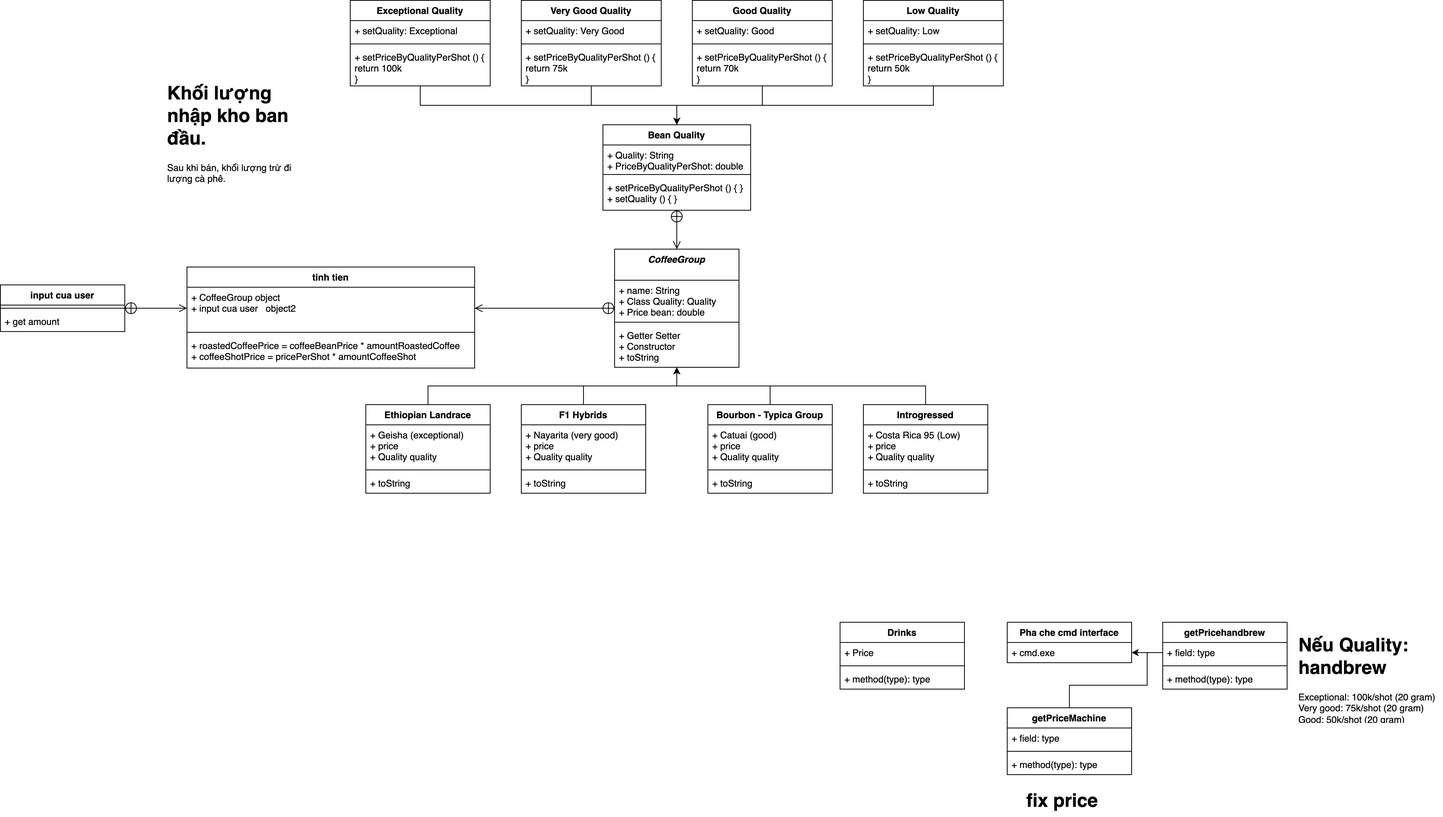
Above: CaseStudyMD2.png in minhtuan1610/MD2-Case-Study (draw.io), before the change. Source tidied: cells renumbered, new cells last; positions are measured from the earlier drawing's top-left corner, leaving out a move shared by most shapes.
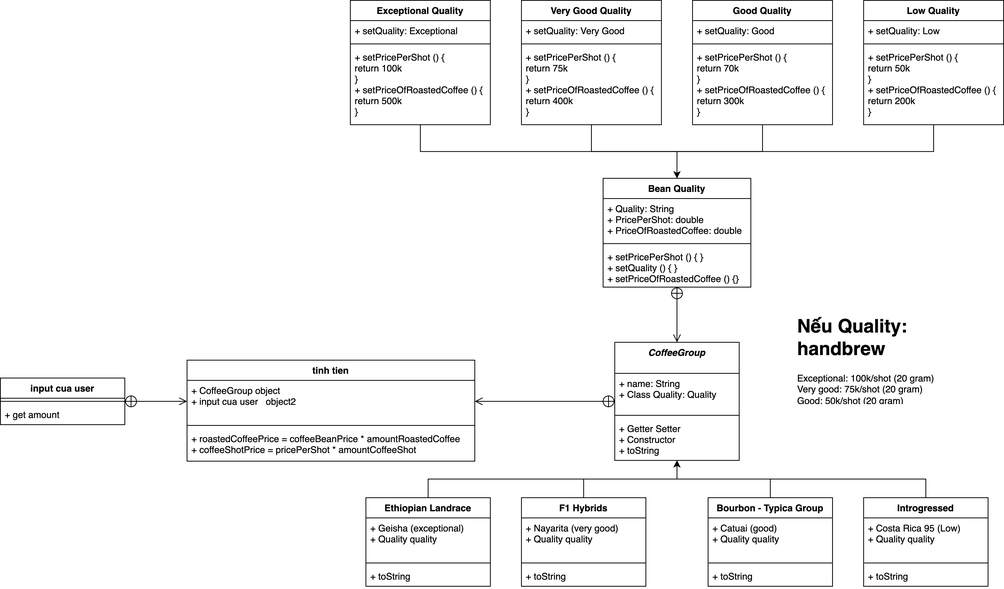
The same diagram one commit later.

Diff of the diagram source:
```diff
@@ -5,7 +5,7 @@
     <mxCell id="2" value="CoffeeGroup" style="swimlane;fontStyle=3;align=center;verticalAlign=top;horizontal=1;startSize=40;" parent="1" vertex="1">
       <mxGeometry x="790" y="320" width="160" height="152" as="geometry" />
     </mxCell>
-    <mxCell id="3" value="+ name: String&#10;+ Class Quality: Quality&#10;+ Price bean: double" style="text;strokeColor=none;fillColor=none;align=left;verticalAlign=top;spacingLeft=4;spacingRight=4;overflow=hidden;" parent="2" vertex="1">
+    <mxCell id="3" value="+ name: String&#10;+ Class Quality: Quality&#10;" style="text;strokeColor=none;fillColor=none;align=left;verticalAlign=top;spacingLeft=4;spacingRight=4;overflow=hidden;" parent="2" vertex="1">
       <mxGeometry y="40" width="160" height="50" as="geometry" />
     </mxCell>
     <mxCell id="4" style="line;strokeWidth=1;fillColor=none;align=left;verticalAlign=middle;spacingTop=-1;spacingLeft=3;spacingRight=3;labelPosition=right;" parent="2" vertex="1">
@@ -20,7 +20,7 @@
     <mxCell id="7" value="Ethiopian Landrace" style="swimlane;fontStyle=1;align=center;verticalAlign=top;horizontal=1;startSize=26;" parent="1" vertex="1">
       <mxGeometry x="470" y="520" width="160" height="114" as="geometry" />
     </mxCell>
-    <mxCell id="8" value="+ Geisha (exceptional)&#10;+ price&#10;+ Quality quality" style="text;strokeColor=none;fillColor=none;align=left;verticalAlign=top;spacingLeft=4;spacingRight=4;overflow=hidden;" parent="7" vertex="1">
+    <mxCell id="8" value="+ Geisha (exceptional)&#10;+ Quality quality" style="text;strokeColor=none;fillColor=none;align=left;verticalAlign=top;spacingLeft=4;spacingRight=4;overflow=hidden;" parent="7" vertex="1">
       <mxGeometry y="26" width="160" height="54" as="geometry" />
     </mxCell>
     <mxCell id="9" style="line;strokeWidth=1;fillColor=none;align=left;verticalAlign=middle;spacingTop=-1;spacingLeft=3;spacingRight=3;labelPosition=right;" parent="7" vertex="1">
@@ -35,7 +35,7 @@
     <mxCell id="12" value="F1 Hybrids" style="swimlane;fontStyle=1;align=center;verticalAlign=top;horizontal=1;startSize=26;" parent="1" vertex="1">
       <mxGeometry x="670" y="520" width="160" height="114" as="geometry" />
     </mxCell>
-    <mxCell id="13" value="+ Nayarita (very good)&#10;+ price&#10;+ Quality quality" style="text;strokeColor=none;fillColor=none;align=left;verticalAlign=top;spacingLeft=4;spacingRight=4;overflow=hidden;" parent="12" vertex="1">
+    <mxCell id="13" value="+ Nayarita (very good)&#10;+ Quality quality" style="text;strokeColor=none;fillColor=none;align=left;verticalAlign=top;spacingLeft=4;spacingRight=4;overflow=hidden;" parent="12" vertex="1">
       <mxGeometry y="26" width="160" height="54" as="geometry" />
     </mxCell>
     <mxCell id="14" style="line;strokeWidth=1;fillColor=none;align=left;verticalAlign=middle;spacingTop=-1;spacingLeft=3;spacingRight=3;labelPosition=right;" parent="12" vertex="1">
@@ -50,7 +50,7 @@
     <mxCell id="17" value="Bourbon - Typica Group" style="swimlane;fontStyle=1;align=center;verticalAlign=top;horizontal=1;startSize=26;" parent="1" vertex="1">
       <mxGeometry x="910" y="520" width="160" height="114" as="geometry" />
     </mxCell>
-    <mxCell id="18" value="+ Catuai (good)&#10;+ price&#10;+ Quality quality" style="text;strokeColor=none;fillColor=none;align=left;verticalAlign=top;spacingLeft=4;spacingRight=4;overflow=hidden;" parent="17" vertex="1">
+    <mxCell id="18" value="+ Catuai (good)&#10;+ Quality quality" style="text;strokeColor=none;fillColor=none;align=left;verticalAlign=top;spacingLeft=4;spacingRight=4;overflow=hidden;" parent="17" vertex="1">
       <mxGeometry y="26" width="160" height="54" as="geometry" />
     </mxCell>
     <mxCell id="19" style="line;strokeWidth=1;fillColor=none;align=left;verticalAlign=middle;spacingTop=-1;spacingLeft=3;spacingRight=3;labelPosition=right;" parent="17" vertex="1">
@@ -65,7 +65,7 @@
     <mxCell id="22" value="Introgressed" style="swimlane;fontStyle=1;align=center;verticalAlign=top;horizontal=1;startSize=26;" parent="1" vertex="1">
       <mxGeometry x="1110" y="520" width="160" height="114" as="geometry" />
     </mxCell>
-    <mxCell id="23" value="+ Costa Rica 95 (Low)&#10;+ price&#10;+ Quality quality" style="text;strokeColor=none;fillColor=none;align=left;verticalAlign=top;spacingLeft=4;spacingRight=4;overflow=hidden;" parent="22" vertex="1">
+    <mxCell id="23" value="+ Costa Rica 95 (Low)&#10;+ Quality quality" style="text;strokeColor=none;fillColor=none;align=left;verticalAlign=top;spacingLeft=4;spacingRight=4;overflow=hidden;" parent="22" vertex="1">
       <mxGeometry y="26" width="160" height="54" as="geometry" />
     </mxCell>
     <mxCell id="24" style="line;strokeWidth=1;fillColor=none;align=left;verticalAlign=middle;spacingTop=-1;spacingLeft=3;spacingRight=3;labelPosition=right;" parent="22" vertex="1">
@@ -74,83 +74,29 @@
     <mxCell id="25" value="+ toString" style="text;strokeColor=none;fillColor=none;align=left;verticalAlign=top;spacingLeft=4;spacingRight=4;overflow=hidden;" parent="22" vertex="1">
       <mxGeometry y="88" width="160" height="26" as="geometry" />
     </mxCell>
-    <mxCell id="26" value="Drinks" style="swimlane;fontStyle=1;align=center;verticalAlign=top;horizontal=1;startSize=26;" parent="1" vertex="1">
-      <mxGeometry x="1080" y="800" width="160" height="86" as="geometry" />
-    </mxCell>
-    <mxCell id="27" value="+ Price" style="text;strokeColor=none;fillColor=none;align=left;verticalAlign=top;spacingLeft=4;spacingRight=4;overflow=hidden;" parent="26" vertex="1">
-      <mxGeometry y="26" width="160" height="26" as="geometry" />
-    </mxCell>
-    <mxCell id="28" style="line;strokeWidth=1;fillColor=none;align=left;verticalAlign=middle;spacingTop=-1;spacingLeft=3;spacingRight=3;labelPosition=right;" parent="26" vertex="1">
-      <mxGeometry y="52" width="160" height="8" as="geometry" />
-    </mxCell>
-    <mxCell id="29" value="+ method(type): type" style="text;strokeColor=none;fillColor=none;align=left;verticalAlign=top;spacingLeft=4;spacingRight=4;overflow=hidden;" parent="26" vertex="1">
-      <mxGeometry y="60" width="160" height="26" as="geometry" />
-    </mxCell>
     <mxCell id="30" value="&lt;h1&gt;Nếu Quality: handbrew&lt;/h1&gt;&lt;div&gt;Exceptional: 100k/shot (20 gram)&lt;/div&gt;&lt;div&gt;Very good: 75k/shot (20 gram)&lt;/div&gt;&lt;div&gt;Good: 50k/shot (20 gram)&lt;/div&gt;" style="text;html=1;strokeColor=none;fillColor=none;spacing=5;spacingTop=-20;whiteSpace=wrap;overflow=hidden;rounded=0;" parent="1" vertex="1">
-      <mxGeometry x="1665" y="810" width="190" height="120" as="geometry" />
+      <mxGeometry x="1020" y="280" width="190" height="120" as="geometry" />
     </mxCell>
-    <mxCell id="31" value="&lt;h1&gt;Khối lượng nhập kho ban đầu.&lt;/h1&gt;&lt;div&gt;Sau khi bán, khối lượng trừ đi lượng cà phê.&lt;/div&gt;" style="text;html=1;strokeColor=none;fillColor=none;spacing=5;spacingTop=-20;whiteSpace=wrap;overflow=hidden;rounded=0;" parent="1" vertex="1">
-      <mxGeometry x="210" y="100" width="190" height="160" as="geometry" />
-    </mxCell>
-    <mxCell id="32" value="Pha che cmd interface" style="swimlane;fontStyle=1;align=center;verticalAlign=top;horizontal=1;startSize=26;" parent="1" vertex="1">
-      <mxGeometry x="1295" y="800" width="160" height="52" as="geometry" />
-    </mxCell>
-    <mxCell id="33" value="+ cmd.exe" style="text;strokeColor=none;fillColor=none;align=left;verticalAlign=top;spacingLeft=4;spacingRight=4;overflow=hidden;points=[[0,0.5],[1,0.5]];portConstraint=eastwest;" parent="32" vertex="1">
-      <mxGeometry y="26" width="160" height="26" as="geometry" />
-    </mxCell>
-    <mxCell id="34" value="getPricehandbrew" style="swimlane;fontStyle=1;align=center;verticalAlign=top;horizontal=1;startSize=26;" parent="1" vertex="1">
-      <mxGeometry x="1495" y="800" width="160" height="86" as="geometry" />
-    </mxCell>
-    <mxCell id="35" value="+ field: type" style="text;strokeColor=none;fillColor=none;align=left;verticalAlign=top;spacingLeft=4;spacingRight=4;overflow=hidden;points=[[0,0.5],[1,0.5]];portConstraint=eastwest;" parent="34" vertex="1">
-      <mxGeometry y="26" width="160" height="26" as="geometry" />
-    </mxCell>
-    <mxCell id="36" style="line;strokeWidth=1;fillColor=none;align=left;verticalAlign=middle;spacingTop=-1;spacingLeft=3;spacingRight=3;labelPosition=right;" parent="34" vertex="1">
-      <mxGeometry y="52" width="160" height="8" as="geometry" />
-    </mxCell>
-    <mxCell id="37" value="+ method(type): type" style="text;strokeColor=none;fillColor=none;align=left;verticalAlign=top;spacingLeft=4;spacingRight=4;overflow=hidden;" parent="34" vertex="1">
-      <mxGeometry y="60" width="160" height="26" as="geometry" />
-    </mxCell>
-    <mxCell id="38" style="edgeStyle=orthogonalEdgeStyle;rounded=0;jettySize=auto;html=1;" parent="1" edge="1" source="39" target="33">
-      <mxGeometry relative="1" as="geometry" />
-    </mxCell>
-    <mxCell id="39" value="getPriceMachine" style="swimlane;fontStyle=1;align=center;verticalAlign=top;horizontal=1;startSize=26;" parent="1" vertex="1">
-      <mxGeometry x="1295" y="910" width="160" height="86" as="geometry" />
-    </mxCell>
-    <mxCell id="40" value="+ field: type" style="text;strokeColor=none;fillColor=none;align=left;verticalAlign=top;spacingLeft=4;spacingRight=4;overflow=hidden;" parent="39" vertex="1">
-      <mxGeometry y="26" width="160" height="26" as="geometry" />
-    </mxCell>
-    <mxCell id="41" style="line;strokeWidth=1;fillColor=none;align=left;verticalAlign=middle;spacingTop=-1;spacingLeft=3;spacingRight=3;labelPosition=right;" parent="39" vertex="1">
-      <mxGeometry y="52" width="160" height="8" as="geometry" />
-    </mxCell>
-    <mxCell id="42" value="+ method(type): type" style="text;strokeColor=none;fillColor=none;align=left;verticalAlign=top;spacingLeft=4;spacingRight=4;overflow=hidden;" parent="39" vertex="1">
-      <mxGeometry y="60" width="160" height="26" as="geometry" />
-    </mxCell>
-    <mxCell id="43" style="edgeStyle=orthogonalEdgeStyle;rounded=0;jettySize=auto;html=1;" parent="1" edge="1" source="35" target="33">
-      <mxGeometry relative="1" as="geometry" />
-    </mxCell>
-    <mxCell id="44" value="&lt;h1&gt;fix price&lt;/h1&gt;" style="text;html=1;strokeColor=none;fillColor=none;spacing=5;spacingTop=-20;whiteSpace=wrap;overflow=hidden;rounded=0;" parent="1" vertex="1">
-      <mxGeometry x="1315" y="1010" width="190" height="40" as="geometry" />
-    </mxCell>
     <mxCell id="45" style="endArrow=open;startArrow=circlePlus;endFill=0;startFill=0;endSize=8;html=1;rounded=0;entryX=0.5;entryY=0;entryDx=0;entryDy=0;exitX=0.5;exitY=1;exitDx=0;exitDy=0;" parent="1" edge="1" source="46" target="2">
       <mxGeometry relative="1" as="geometry" />
     </mxCell>
     <mxCell id="46" value="Bean Quality" style="swimlane;fontStyle=1;align=center;verticalAlign=top;horizontal=1;startSize=26;" parent="1" vertex="1">
-      <mxGeometry x="775" y="160" width="190" height="110" as="geometry" />
+      <mxGeometry x="775" y="109" width="190" height="140" as="geometry" />
     </mxCell>
-    <mxCell id="47" value="+ Quality: String&#10;+ PriceByQualityPerShot: double" style="text;strokeColor=none;fillColor=none;align=left;verticalAlign=top;spacingLeft=4;spacingRight=4;overflow=hidden;" parent="46" vertex="1">
-      <mxGeometry y="26" width="190" height="34" as="geometry" />
+    <mxCell id="47" value="+ Quality: String&#10;+ PricePerShot: double&#10;+ PriceOfRoastedCoffee: double" style="text;strokeColor=none;fillColor=none;align=left;verticalAlign=top;spacingLeft=4;spacingRight=4;overflow=hidden;" parent="46" vertex="1">
+      <mxGeometry y="26" width="190" height="54" as="geometry" />
     </mxCell>
     <mxCell id="48" style="line;strokeWidth=1;fillColor=none;align=left;verticalAlign=middle;spacingTop=-1;spacingLeft=3;spacingRight=3;labelPosition=right;" parent="46" vertex="1">
-      <mxGeometry y="60" width="190" height="8" as="geometry" />
+      <mxGeometry y="80" width="190" height="8" as="geometry" />
     </mxCell>
-    <mxCell id="49" value="+ setPriceByQualityPerShot () { }&#10;+ setQuality () { }" style="text;strokeColor=none;fillColor=none;align=left;verticalAlign=top;spacingLeft=4;spacingRight=4;overflow=hidden;" parent="46" vertex="1">
-      <mxGeometry y="68" width="190" height="42" as="geometry" />
+    <mxCell id="49" value="+ setPricePerShot () { }&#10;+ setQuality () { }&#10;+ setPriceOfRoastedCoffee () {}" style="text;strokeColor=none;fillColor=none;align=left;verticalAlign=top;spacingLeft=4;spacingRight=4;overflow=hidden;" parent="46" vertex="1">
+      <mxGeometry y="88" width="190" height="52" as="geometry" />
     </mxCell>
     <mxCell id="50" style="edgeStyle=orthogonalEdgeStyle;rounded=0;jettySize=auto;html=1;entryX=0.5;entryY=0;entryDx=0;entryDy=0;exitX=0.5;exitY=1;exitDx=0;exitDy=0;" parent="1" edge="1" source="51" target="46">
       <mxGeometry relative="1" as="geometry" />
     </mxCell>
     <mxCell id="51" value="Exceptional Quality" style="swimlane;fontStyle=1;align=center;verticalAlign=top;horizontal=1;startSize=26;" parent="1" vertex="1">
-      <mxGeometry x="450" width="180" height="110" as="geometry" />
+      <mxGeometry x="450" y="-120" width="180" height="160" as="geometry" />
     </mxCell>
     <mxCell id="52" value="+ setQuality: Exceptional" style="text;strokeColor=none;fillColor=none;align=left;verticalAlign=top;spacingLeft=4;spacingRight=4;overflow=hidden;" parent="51" vertex="1">
       <mxGeometry y="26" width="180" height="26" as="geometry" />
@@ -158,14 +104,14 @@
     <mxCell id="53" style="line;strokeWidth=1;fillColor=none;align=left;verticalAlign=middle;spacingTop=-1;spacingLeft=3;spacingRight=3;labelPosition=right;" parent="51" vertex="1">
       <mxGeometry y="52" width="180" height="8" as="geometry" />
     </mxCell>
-    <mxCell id="54" value="+ setPriceByQualityPerShot () {&#10;return 100k&#10;}" style="text;strokeColor=none;fillColor=none;align=left;verticalAlign=top;spacingLeft=4;spacingRight=4;overflow=hidden;" parent="51" vertex="1">
-      <mxGeometry y="60" width="180" height="50" as="geometry" />
+    <mxCell id="54" value="+ setPricePerShot () {&#10;return 100k&#10;}&#10;+ setPriceOfRoastedCoffee () {&#10;return 500k&#10;}" style="text;strokeColor=none;fillColor=none;align=left;verticalAlign=top;spacingLeft=4;spacingRight=4;overflow=hidden;" parent="51" vertex="1">
+      <mxGeometry y="60" width="180" height="100" as="geometry" />
     </mxCell>
     <mxCell id="55" style="edgeStyle=orthogonalEdgeStyle;rounded=0;jettySize=auto;html=1;entryX=0.5;entryY=0;entryDx=0;entryDy=0;exitX=0.5;exitY=1;exitDx=0;exitDy=0;" parent="1" edge="1" source="56" target="46">
       <mxGeometry relative="1" as="geometry" />
     </mxCell>
     <mxCell id="56" value="Very Good Quality" style="swimlane;fontStyle=1;align=center;verticalAlign=top;horizontal=1;startSize=26;" parent="1" vertex="1">
-      <mxGeometry x="670" width="180" height="110" as="geometry" />
+      <mxGeometry x="670" y="-120" width="180" height="160" as="geometry" />
     </mxCell>
     <mxCell id="57" value="+ setQuality: Very Good" style="text;strokeColor=none;fillColor=none;align=left;verticalAlign=top;spacingLeft=4;spacingRight=4;overflow=hidden;" parent="56" vertex="1">
       <mxGeometry y="26" width="180" height="26" as="geometry" />
@@ -173,14 +119,14 @@
     <mxCell id="58" style="line;strokeWidth=1;fillColor=none;align=left;verticalAlign=middle;spacingTop=-1;spacingLeft=3;spacingRight=3;labelPosition=right;" parent="56" vertex="1">
       <mxGeometry y="52" width="180" height="8" as="geometry" />
     </mxCell>
-    <mxCell id="59" value="+ setPriceByQualityPerShot () {&#10;return 75k&#10;}" style="text;strokeColor=none;fillColor=none;align=left;verticalAlign=top;spacingLeft=4;spacingRight=4;overflow=hidden;" parent="56" vertex="1">
-      <mxGeometry y="60" width="180" height="50" as="geometry" />
+    <mxCell id="59" value="+ setPricePerShot () {&#10;return 75k&#10;}&#10;+ setPriceOfRoastedCoffee () {&#10;return 400k&#10;}" style="text;strokeColor=none;fillColor=none;align=left;verticalAlign=top;spacingLeft=4;spacingRight=4;overflow=hidden;" parent="56" vertex="1">
+      <mxGeometry y="60" width="180" height="100" as="geometry" />
     </mxCell>
     <mxCell id="60" style="edgeStyle=orthogonalEdgeStyle;rounded=0;jettySize=auto;html=1;entryX=0.5;entryY=0;entryDx=0;entryDy=0;exitX=0.5;exitY=1;exitDx=0;exitDy=0;" parent="1" edge="1" source="61" target="46">
       <mxGeometry relative="1" as="geometry" />
     </mxCell>
     <mxCell id="61" value="Good Quality" style="swimlane;fontStyle=1;align=center;verticalAlign=top;horizontal=1;startSize=26;" parent="1" vertex="1">
-      <mxGeometry x="890" width="180" height="110" as="geometry" />
+      <mxGeometry x="890" y="-120" width="180" height="160" as="geometry" />
     </mxCell>
     <mxCell id="62" value="+ setQuality: Good" style="text;strokeColor=none;fillColor=none;align=left;verticalAlign=top;spacingLeft=4;spacingRight=4;overflow=hidden;" parent="61" vertex="1">
       <mxGeometry y="26" width="180" height="26" as="geometry" />
@@ -188,14 +134,14 @@
     <mxCell id="63" style="line;strokeWidth=1;fillColor=none;align=left;verticalAlign=middle;spacingTop=-1;spacingLeft=3;spacingRight=3;labelPosition=right;" parent="61" vertex="1">
       <mxGeometry y="52" width="180" height="8" as="geometry" />
     </mxCell>
-    <mxCell id="64" value="+ setPriceByQualityPerShot () {&#10;return 70k&#10;}" style="text;strokeColor=none;fillColor=none;align=left;verticalAlign=top;spacingLeft=4;spacingRight=4;overflow=hidden;" parent="61" vertex="1">
-      <mxGeometry y="60" width="180" height="50" as="geometry" />
+    <mxCell id="64" value="+ setPricePerShot () {&#10;return 70k&#10;}&#10;+ setPriceOfRoastedCoffee () {&#10;return 300k&#10;}" style="text;strokeColor=none;fillColor=none;align=left;verticalAlign=top;spacingLeft=4;spacingRight=4;overflow=hidden;" parent="61" vertex="1">
+      <mxGeometry y="60" width="180" height="100" as="geometry" />
     </mxCell>
     <mxCell id="65" style="edgeStyle=orthogonalEdgeStyle;rounded=0;jettySize=auto;html=1;exitX=0.5;exitY=1;exitDx=0;exitDy=0;entryX=0.5;entryY=0;entryDx=0;entryDy=0;" parent="1" edge="1" source="66" target="46">
       <mxGeometry relative="1" as="geometry" />
     </mxCell>
     <mxCell id="66" value="Low Quality" style="swimlane;fontStyle=1;align=center;verticalAlign=top;horizontal=1;startSize=26;" parent="1" vertex="1">
-      <mxGeometry x="1110" width="180" height="110" as="geometry" />
+      <mxGeometry x="1110" y="-120" width="180" height="160" as="geometry" />
     </mxCell>
     <mxCell id="67" value="+ setQuality: Low" style="text;strokeColor=none;fillColor=none;align=left;verticalAlign=top;spacingLeft=4;spacingRight=4;overflow=hidden;" parent="66" vertex="1">
       <mxGeometry y="26" width="180" height="26" as="geometry" />
@@ -203,8 +149,8 @@
     <mxCell id="68" style="line;strokeWidth=1;fillColor=none;align=left;verticalAlign=middle;spacingTop=-1;spacingLeft=3;spacingRight=3;labelPosition=right;" parent="66" vertex="1">
       <mxGeometry y="52" width="180" height="8" as="geometry" />
     </mxCell>
-    <mxCell id="69" value="+ setPriceByQualityPerShot () {&#10;return 50k&#10;}" style="text;strokeColor=none;fillColor=none;align=left;verticalAlign=top;spacingLeft=4;spacingRight=4;overflow=hidden;" parent="66" vertex="1">
-      <mxGeometry y="60" width="180" height="50" as="geometry" />
+    <mxCell id="69" value="+ setPricePerShot () {&#10;return 50k&#10;}&#10;+ setPriceOfRoastedCoffee () {&#10;return 200k&#10;}" style="text;strokeColor=none;fillColor=none;align=left;verticalAlign=top;spacingLeft=4;spacingRight=4;overflow=hidden;" parent="66" vertex="1">
+      <mxGeometry y="60" width="180" height="100" as="geometry" />
     </mxCell>
     <mxCell id="70" value="tinh tien" style="swimlane;fontStyle=1;align=center;verticalAlign=top;horizontal=1;startSize=26;" parent="1" vertex="1">
       <mxGeometry x="240" y="343" width="370" height="130" as="geometry" />
```
